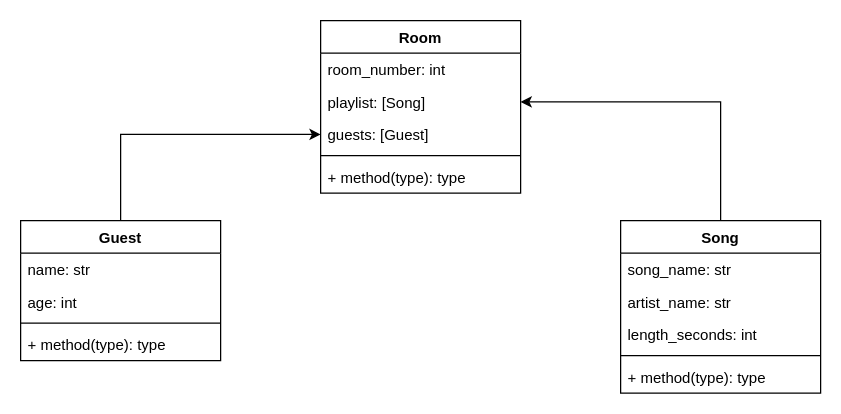
Stanhoucke/Karaoke_hw keeps this draw.io diagram as diagram.drawio. Above is the earlier version. Source tidied: cells renumbered, new cells numbered last; positions are measured from the earlier drawing's top-left corner, leaving out a move shared by most shapes. Both pictures are drawn from the tidied source at 125%, with x=0, y=0 at pixel (20, 20).
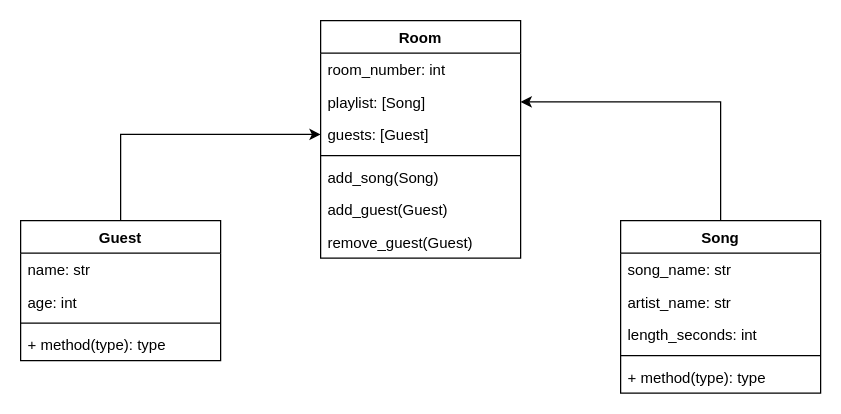
After the change.

Commit message:
diagram - added methods to room class

What changed in the source:
```diff
@@
     <mxCell id="2" value="Room" style="swimlane;fontStyle=1;align=center;verticalAlign=top;horizontal=1;startSize=26;" parent="1" vertex="1">
-      <mxGeometry x="240" width="160" height="138" as="geometry" />
+      <mxGeometry x="240" width="160" height="190" as="geometry" />
     </mxCell>
@@
-    <mxCell id="7" value="+ method(type): type" style="text;strokeColor=none;fillColor=none;align=left;verticalAlign=top;spacingLeft=4;spacingRight=4;overflow=hidden;" parent="2" vertex="1">
+    <mxCell id="7" value="add_song(Song)" style="text;strokeColor=none;fillColor=none;align=left;verticalAlign=top;spacingLeft=4;spacingRight=4;overflow=hidden;" parent="2" vertex="1">
       <mxGeometry y="112" width="160" height="26" as="geometry" />
     </mxCell>
+    <mxCell id="21" value="add_guest(Guest)" style="text;strokeColor=none;fillColor=none;align=left;verticalAlign=top;spacingLeft=4;spacingRight=4;overflow=hidden;" parent="2" vertex="1">
+      <mxGeometry y="138" width="160" height="26" as="geometry" />
+    </mxCell>
+    <mxCell id="22" value="remove_guest(Guest)" style="text;strokeColor=none;fillColor=none;align=left;verticalAlign=top;spacingLeft=4;spacingRight=4;overflow=hidden;" parent="2" vertex="1">
+      <mxGeometry y="164" width="160" height="26" as="geometry" />
+    </mxCell>
```
